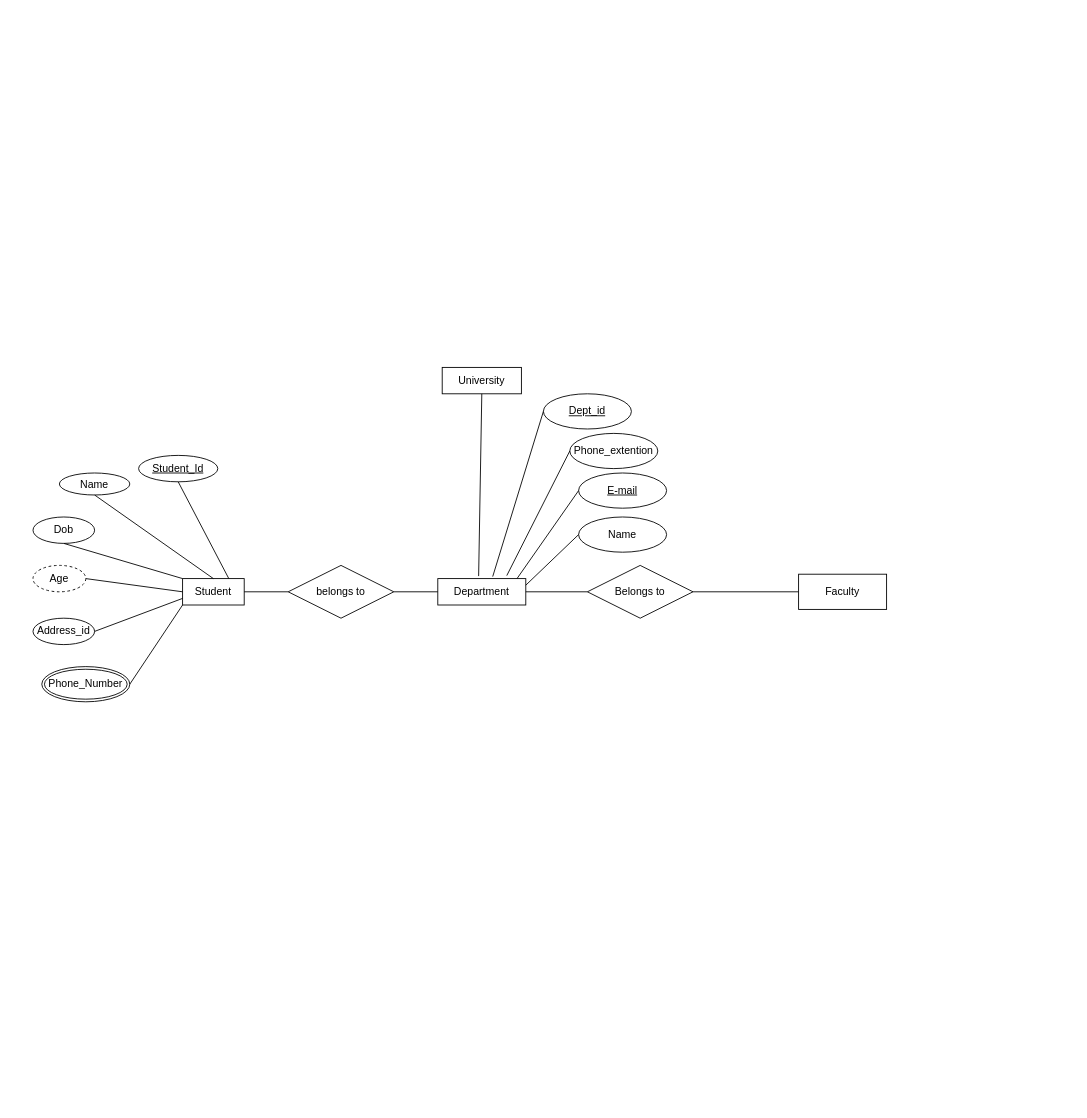
ckarandev010/DBMS-ERS keeps this draw.io diagram as Untitled Diagram.drawio. Above is the earlier version. Source tidied: cells renumbered, new cells numbered last; positions are measured from the earlier drawing's top-left corner, leaving out a move shared by most shapes. Both pictures are drawn from the tidied source at 88%, with x=0, y=0 at pixel (33, 367).
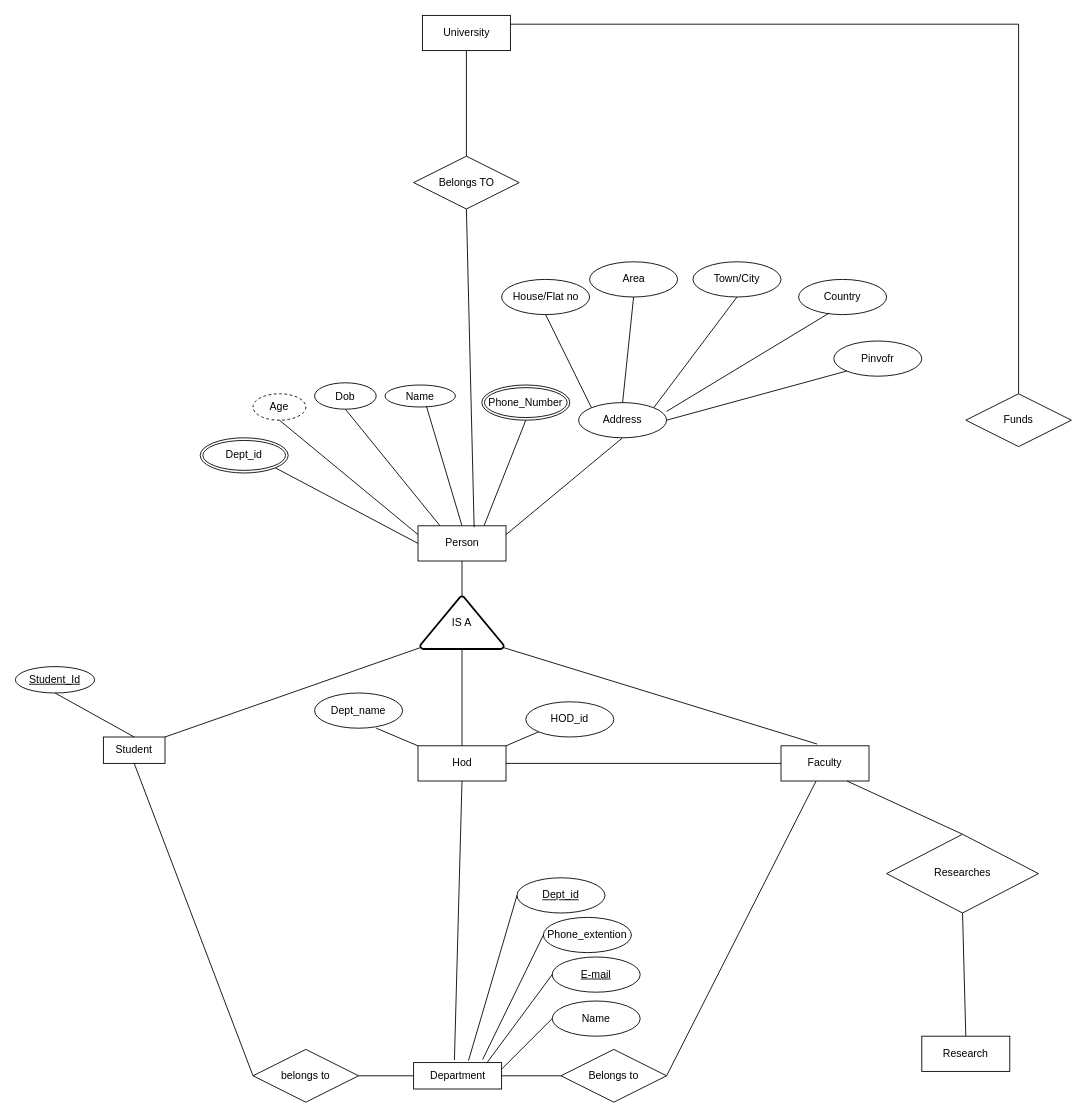
After the change.

What changed in the source:
```diff
@@
-    <mxCell id="2" value="University" style="whiteSpace=wrap;html=1;align=center;" parent="1" vertex="1">
-      <mxGeometry x="465" width="90" height="30" as="geometry" />
-    </mxCell>
     <mxCell id="3" value="Department" style="whiteSpace=wrap;html=1;align=center;" parent="1" vertex="1">
-      <mxGeometry x="460" y="240" width="100" height="30" as="geometry" />
+      <mxGeometry x="432.5" y="790" width="100" height="30" as="geometry" />
     </mxCell>
-    <mxCell id="4" style="endArrow=none;html=1;rounded=0;exitX=0.5;exitY=1;exitDx=0;exitDy=0;entryX=0.464;entryY=-0.095;entryDx=0;entryDy=0;entryPerimeter=0;" parent="1" edge="1" source="2" target="3">
+    <mxCell id="4" style="endArrow=none;html=1;rounded=0;exitX=0.5;exitY=1;exitDx=0;exitDy=0;entryX=0.464;entryY=-0.095;entryDx=0;entryDy=0;entryPerimeter=0;" parent="1" edge="1" source="34" target="3">
       <mxGeometry relative="1" as="geometry" />
     </mxCell>
     <mxCell id="5" value="Phone_extention" style="ellipse;whiteSpace=wrap;html=1;align=center;" parent="1" vertex="1">
-      <mxGeometry x="610" y="75" width="100" height="40" as="geometry" />
+      <mxGeometry x="580" y="625" width="100" height="40" as="geometry" />
     </mxCell>
     <mxCell id="6" value="E-mail" style="ellipse;whiteSpace=wrap;html=1;align=center;fontStyle=4;" parent="1" vertex="1">
-      <mxGeometry x="620" y="120" width="100" height="40" as="geometry" />
+      <mxGeometry x="590" y="670" width="100" height="40" as="geometry" />
     </mxCell>
     <mxCell id="7" value="Dept_id" style="ellipse;whiteSpace=wrap;html=1;align=center;fontStyle=4;" parent="1" vertex="1">
-      <mxGeometry x="580" y="30" width="100" height="40" as="geometry" />
+      <mxGeometry x="550" y="580" width="100" height="40" as="geometry" />
     </mxCell>
     <mxCell id="8" value="Name" style="ellipse;whiteSpace=wrap;html=1;align=center;" parent="1" vertex="1">
-      <mxGeometry x="620" y="170" width="100" height="40" as="geometry" />
+      <mxGeometry x="590" y="720" width="100" height="40" as="geometry" />
     </mxCell>
@@
-    <mxCell id="11" style="endArrow=none;html=1;rounded=0;exitX=0;exitY=0.5;exitDx=0;exitDy=0;" parent="1" edge="1" source="6">
-      <mxGeometry relative="1" as="geometry">
-        <mxPoint x="550" y="240" as="targetPoint" />
-      </mxGeometry>
+    <mxCell id="11" style="endArrow=none;html=1;rounded=0;exitX=0;exitY=0.5;exitDx=0;exitDy=0;entryX=0.835;entryY=0;entryDx=0;entryDy=0;entryPerimeter=0;" parent="1" edge="1" source="6" target="3">
+      <mxGeometry relative="1" as="geometry" />
     </mxCell>
@@
     <mxCell id="13" value="Student" style="whiteSpace=wrap;html=1;align=center;" parent="1" vertex="1">
-      <mxGeometry x="170" y="240" width="70" height="30" as="geometry" />
+      <mxGeometry x="80" y="420" width="70" height="30" as="geometry" />
     </mxCell>
-    <mxCell id="14" style="endArrow=none;html=1;rounded=0;exitX=1;exitY=0.5;exitDx=0;exitDy=0;" parent="1" edge="1" source="13" target="29">
+    <mxCell id="14" style="endArrow=none;html=1;rounded=0;exitX=0.5;exitY=1;exitDx=0;exitDy=0;entryX=0;entryY=0.5;entryDx=0;entryDy=0;" parent="1" edge="1" source="13" target="29">
       <mxGeometry relative="1" as="geometry" />
     </mxCell>
@@
     <mxCell id="16" value="Faculty" style="whiteSpace=wrap;html=1;align=center;" parent="1" vertex="1">
-      <mxGeometry x="870" y="235" width="100" height="40" as="geometry" />
+      <mxGeometry x="850" y="430" width="100" height="40" as="geometry" />
     </mxCell>
     <mxCell id="17" value="Student_Id" style="ellipse;whiteSpace=wrap;html=1;align=center;fontStyle=4;" parent="1" vertex="1">
-      <mxGeometry x="120" y="100" width="90" height="30" as="geometry" />
+      <mxGeometry x="-20" y="340" width="90" height="30" as="geometry" />
     </mxCell>
-    <mxCell id="18" style="endArrow=none;html=1;rounded=0;exitX=0.5;exitY=1;exitDx=0;exitDy=0;entryX=0.75;entryY=0;entryDx=0;entryDy=0;" parent="1" edge="1" source="17" target="13">
+    <mxCell id="18" style="endArrow=none;html=1;rounded=0;exitX=0.5;exitY=1;exitDx=0;exitDy=0;entryX=0.5;entryY=0;entryDx=0;entryDy=0;" parent="1" edge="1" source="17" target="13">
       <mxGeometry relative="1" as="geometry" />
     </mxCell>
-    <mxCell id="19" value="Name" style="ellipse;whiteSpace=wrap;html=1;align=center;" parent="1" vertex="1">
-      <mxGeometry x="30" y="120" width="80" height="25" as="geometry" />
-    </mxCell>
-    <mxCell id="20" style="endArrow=none;html=1;rounded=0;exitX=0.5;exitY=1;exitDx=0;exitDy=0;entryX=0.5;entryY=0;entryDx=0;entryDy=0;" parent="1" edge="1" source="19" target="13">
-      <mxGeometry relative="1" as="geometry" />
-    </mxCell>
     <mxCell id="21" value="Dob" style="ellipse;whiteSpace=wrap;html=1;align=center;" parent="1" vertex="1">
-      <mxGeometry y="170" width="70" height="30" as="geometry" />
+      <mxGeometry x="320" y="17.5" width="70" height="30" as="geometry" />
     </mxCell>
-    <mxCell id="22" style="endArrow=none;html=1;rounded=0;exitX=0.5;exitY=1;exitDx=0;exitDy=0;entryX=0;entryY=0;entryDx=0;entryDy=0;" parent="1" edge="1" source="21" target="13">
-      <mxGeometry relative="1" as="geometry" />
-    </mxCell>
     <mxCell id="23" value="Age" style="ellipse;whiteSpace=wrap;html=1;align=center;dashed=1;" parent="1" vertex="1">
-      <mxGeometry y="225" width="60" height="30" as="geometry" />
+      <mxGeometry x="250" y="30" width="60" height="30" as="geometry" />
     </mxCell>
-    <mxCell id="24" style="endArrow=none;html=1;rounded=0;exitX=1;exitY=0.5;exitDx=0;exitDy=0;entryX=0;entryY=0.5;entryDx=0;entryDy=0;" parent="1" edge="1" source="23" target="13">
-      <mxGeometry relative="1" as="geometry" />
-    </mxCell>
-    <mxCell id="25" value="Address_id" style="ellipse;whiteSpace=wrap;html=1;align=center;" parent="1" vertex="1">
-      <mxGeometry y="285" width="70" height="30" as="geometry" />
-    </mxCell>
-    <mxCell id="26" style="endArrow=none;html=1;rounded=0;exitX=1;exitY=0.5;exitDx=0;exitDy=0;entryX=0;entryY=0.75;entryDx=0;entryDy=0;" parent="1" edge="1" source="25" target="13">
-      <mxGeometry relative="1" as="geometry" />
-    </mxCell>
     <mxCell id="27" value="Phone_Number" style="ellipse;shape=doubleEllipse;margin=3;whiteSpace=wrap;html=1;align=center;" parent="1" vertex="1">
-      <mxGeometry x="10" y="340" width="100" height="40" as="geometry" />
+      <mxGeometry x="510" y="20" width="100" height="40" as="geometry" />
     </mxCell>
-    <mxCell id="28" style="endArrow=none;html=1;rounded=0;exitX=1;exitY=0.5;exitDx=0;exitDy=0;entryX=0;entryY=1;entryDx=0;entryDy=0;" parent="1" edge="1" source="27" target="13">
+    <mxCell id="28" style="endArrow=none;html=1;rounded=0;exitX=0.5;exitY=1;exitDx=0;exitDy=0;entryX=0.75;entryY=0;entryDx=0;entryDy=0;" parent="1" edge="1" source="27" target="43">
       <mxGeometry relative="1" as="geometry" />
     </mxCell>
     <mxCell id="29" value="belongs to" style="shape=rhombus;perimeter=rhombusPerimeter;whiteSpace=wrap;html=1;align=center;" parent="1" vertex="1">
-      <mxGeometry x="290" y="225" width="120" height="60" as="geometry" />
+      <mxGeometry x="250" y="775" width="120" height="60" as="geometry" />
     </mxCell>
@@
     <mxCell id="31" value="Belongs to" style="shape=rhombus;perimeter=rhombusPerimeter;whiteSpace=wrap;html=1;align=center;" parent="1" vertex="1">
-      <mxGeometry x="630" y="225" width="120" height="60" as="geometry" />
+      <mxGeometry x="600" y="775" width="120" height="60" as="geometry" />
     </mxCell>
@@
+    <mxCell id="33" value="IS A" style="strokeWidth=2;html=1;shape=mxgraph.flowchart.extract_or_measurement;whiteSpace=wrap;" parent="1" vertex="1">
+      <mxGeometry x="440" y="260" width="95" height="60" as="geometry" />
+    </mxCell>
+    <mxCell id="34" value="Hod" style="whiteSpace=wrap;html=1;align=center;" parent="1" vertex="1">
+      <mxGeometry x="437.5" y="430" width="100" height="40" as="geometry" />
+    </mxCell>
+    <mxCell id="35" style="endArrow=none;html=1;rounded=0;exitX=0;exitY=0.5;exitDx=0;exitDy=0;entryX=1;entryY=0.5;entryDx=0;entryDy=0;" parent="1" edge="1" source="16" target="34">
+      <mxGeometry relative="1" as="geometry" />
+    </mxCell>
+    <mxCell id="36" style="endArrow=none;html=1;rounded=0;exitX=1;exitY=0;exitDx=0;exitDy=0;entryX=0.01;entryY=0.97;entryDx=0;entryDy=0;entryPerimeter=0;" parent="1" edge="1" source="13" target="33">
+      <mxGeometry relative="1" as="geometry" />
+    </mxCell>
+    <mxCell id="37" style="endArrow=none;html=1;rounded=0;entryX=0.41;entryY=-0.05;entryDx=0;entryDy=0;entryPerimeter=0;exitX=0.99;exitY=0.97;exitDx=0;exitDy=0;exitPerimeter=0;" parent="1" edge="1" source="33" target="16">
+      <mxGeometry relative="1" as="geometry" />
+    </mxCell>
+    <mxCell id="19" value="Name" style="ellipse;whiteSpace=wrap;html=1;align=center;" parent="1" vertex="1">
+      <mxGeometry x="400" y="20" width="80" height="25" as="geometry" />
+    </mxCell>
+    <mxCell id="38" style="endArrow=none;html=1;rounded=0;exitX=0.588;exitY=0.96;exitDx=0;exitDy=0;exitPerimeter=0;entryX=0.5;entryY=0;entryDx=0;entryDy=0;" parent="1" edge="1" source="19" target="43">
+      <mxGeometry relative="1" as="geometry" />
+    </mxCell>
+    <mxCell id="39" style="endArrow=none;html=1;rounded=0;exitX=0.5;exitY=1;exitDx=0;exitDy=0;entryX=0.25;entryY=0;entryDx=0;entryDy=0;" parent="1" edge="1" source="21" target="43">
+      <mxGeometry relative="1" as="geometry" />
+    </mxCell>
+    <mxCell id="40" style="endArrow=none;html=1;rounded=0;exitX=0.5;exitY=1;exitDx=0;exitDy=0;entryX=0;entryY=0.25;entryDx=0;entryDy=0;" parent="1" edge="1" source="23" target="43">
+      <mxGeometry relative="1" as="geometry" />
+    </mxCell>
+    <mxCell id="41" value="Address" style="ellipse;whiteSpace=wrap;html=1;align=center;" parent="1" vertex="1">
+      <mxGeometry x="620" y="40" width="100" height="40" as="geometry" />
+    </mxCell>
+    <mxCell id="42" style="endArrow=none;html=1;rounded=0;entryX=0.5;entryY=1;entryDx=0;entryDy=0;exitX=1;exitY=0.25;exitDx=0;exitDy=0;" parent="1" edge="1" source="43" target="41">
+      <mxGeometry relative="1" as="geometry" />
+    </mxCell>
+    <mxCell id="43" value="Person" style="whiteSpace=wrap;html=1;align=center;" parent="1" vertex="1">
+      <mxGeometry x="437.5" y="180" width="100" height="40" as="geometry" />
+    </mxCell>
+    <mxCell id="44" style="endArrow=none;html=1;rounded=0;entryX=0.5;entryY=0;entryDx=0;entryDy=0;entryPerimeter=0;" parent="1" edge="1" source="43" target="33">
+      <mxGeometry relative="1" as="geometry" />
+    </mxCell>
+    <mxCell id="45" value="House/Flat no" style="ellipse;whiteSpace=wrap;html=1;align=center;" parent="1" vertex="1">
+      <mxGeometry x="532.5" y="-100" width="100" height="40" as="geometry" />
+    </mxCell>
+    <mxCell id="46" value="Area" style="ellipse;whiteSpace=wrap;html=1;align=center;" parent="1" vertex="1">
+      <mxGeometry x="632.5" y="-120" width="100" height="40" as="geometry" />
+    </mxCell>
+    <mxCell id="47" value="Town/City" style="ellipse;whiteSpace=wrap;html=1;align=center;" parent="1" vertex="1">
+      <mxGeometry x="750" y="-120" width="100" height="40" as="geometry" />
+    </mxCell>
+    <mxCell id="48" value="Country" style="ellipse;whiteSpace=wrap;html=1;align=center;" parent="1" vertex="1">
+      <mxGeometry x="870" y="-100" width="100" height="40" as="geometry" />
+    </mxCell>
+    <mxCell id="49" style="endArrow=none;html=1;rounded=0;entryX=0;entryY=0;entryDx=0;entryDy=0;exitX=0.5;exitY=1;exitDx=0;exitDy=0;" parent="1" edge="1" source="45" target="41">
+      <mxGeometry relative="1" as="geometry" />
+    </mxCell>
+    <mxCell id="50" style="endArrow=none;html=1;rounded=0;exitX=0.5;exitY=1;exitDx=0;exitDy=0;entryX=0.5;entryY=0;entryDx=0;entryDy=0;" parent="1" edge="1" source="46" target="41">
+      <mxGeometry relative="1" as="geometry" />
+    </mxCell>
+    <mxCell id="51" style="endArrow=none;html=1;rounded=0;exitX=0.5;exitY=1;exitDx=0;exitDy=0;entryX=1;entryY=0;entryDx=0;entryDy=0;" parent="1" edge="1" source="47" target="41">
+      <mxGeometry relative="1" as="geometry" />
+    </mxCell>
+    <mxCell id="52" style="endArrow=none;html=1;rounded=0;entryX=0.347;entryY=0.958;entryDx=0;entryDy=0;entryPerimeter=0;exitX=1;exitY=0.25;exitDx=0;exitDy=0;exitPerimeter=0;" parent="1" edge="1" source="41" target="48">
+      <mxGeometry relative="1" as="geometry" />
+    </mxCell>
+    <mxCell id="53" value="Pinvofr" style="ellipse;whiteSpace=wrap;html=1;align=center;" parent="1" vertex="1">
+      <mxGeometry x="910" y="-30" width="100" height="40" as="geometry" />
+    </mxCell>
+    <mxCell id="54" style="endArrow=none;html=1;rounded=0;entryX=0;entryY=1;entryDx=0;entryDy=0;exitX=1;exitY=0.5;exitDx=0;exitDy=0;" parent="1" edge="1" source="41" target="53">
+      <mxGeometry relative="1" as="geometry" />
+    </mxCell>
+    <mxCell id="55" style="endArrow=none;html=1;rounded=0;exitX=1;exitY=1;exitDx=0;exitDy=0;entryX=0;entryY=0.5;entryDx=0;entryDy=0;" parent="1" edge="1" source="59" target="43">
+      <mxGeometry relative="1" as="geometry" />
+    </mxCell>
+    <mxCell id="56" value="HOD_id" style="ellipse;whiteSpace=wrap;html=1;align=center;" parent="1" vertex="1">
+      <mxGeometry x="560" y="380" width="100" height="40" as="geometry" />
+    </mxCell>
+    <mxCell id="57" style="endArrow=none;html=1;rounded=0;exitX=1;exitY=0;exitDx=0;exitDy=0;entryX=0;entryY=1;entryDx=0;entryDy=0;" parent="1" edge="1" source="34" target="56">
+      <mxGeometry relative="1" as="geometry" />
+    </mxCell>
+    <mxCell id="58" style="endArrow=none;html=1;rounded=0;exitX=0.5;exitY=1;exitDx=0;exitDy=0;exitPerimeter=0;entryX=0.5;entryY=0;entryDx=0;entryDy=0;" parent="1" edge="1" source="33" target="34">
+      <mxGeometry relative="1" as="geometry" />
+    </mxCell>
+    <mxCell id="59" value="Dept_id" style="ellipse;shape=doubleEllipse;margin=3;whiteSpace=wrap;html=1;align=center;" parent="1" vertex="1">
+      <mxGeometry x="190" y="80" width="100" height="40" as="geometry" />
+    </mxCell>
+    <mxCell id="60" value="Dept_name" style="ellipse;whiteSpace=wrap;html=1;align=center;" parent="1" vertex="1">
+      <mxGeometry x="320" y="370" width="100" height="40" as="geometry" />
+    </mxCell>
+    <mxCell id="61" style="endArrow=none;html=1;rounded=0;entryX=0;entryY=0;entryDx=0;entryDy=0;" parent="1" edge="1" target="34">
+      <mxGeometry relative="1" as="geometry">
+        <mxPoint x="390" y="410" as="sourcePoint" />
+      </mxGeometry>
+    </mxCell>
+    <mxCell id="62" style="endArrow=none;html=1;rounded=0;exitX=0.75;exitY=1;exitDx=0;exitDy=0;entryX=0.5;entryY=0;entryDx=0;entryDy=0;" parent="1" edge="1" source="16" target="63">
+      <mxGeometry relative="1" as="geometry" />
+    </mxCell>
+    <mxCell id="63" value="Researches" style="shape=rhombus;perimeter=rhombusPerimeter;whiteSpace=wrap;html=1;align=center;rotation=0;" parent="1" vertex="1">
+      <mxGeometry x="970" y="530.5" width="172.6" height="89.5" as="geometry" />
+    </mxCell>
+    <mxCell id="64" style="endArrow=none;html=1;rounded=0;exitX=0.5;exitY=1;exitDx=0;exitDy=0;entryX=0.5;entryY=0;entryDx=0;entryDy=0;" parent="1" edge="1" source="2" target="65">
+      <mxGeometry relative="1" as="geometry" />
+    </mxCell>
+    <mxCell id="2" value="University" style="whiteSpace=wrap;html=1;align=center;" parent="1" vertex="1">
+      <mxGeometry x="442.5" y="-400" width="100" height="40" as="geometry" />
+    </mxCell>
+    <mxCell id="65" value="Belongs TO" style="shape=rhombus;perimeter=rhombusPerimeter;whiteSpace=wrap;html=1;align=center;" parent="1" vertex="1">
+      <mxGeometry x="432.5" y="-240" width="120" height="60" as="geometry" />
+    </mxCell>
+    <mxCell id="66" style="endArrow=none;html=1;rounded=0;entryX=0.5;entryY=1;entryDx=0;entryDy=0;exitX=0.638;exitY=0.042;exitDx=0;exitDy=0;exitPerimeter=0;" parent="1" edge="1" source="43" target="65">
+      <mxGeometry relative="1" as="geometry" />
+    </mxCell>
+    <mxCell id="67" style="endArrow=none;html=1;rounded=0;entryX=0.5;entryY=1;entryDx=0;entryDy=0;exitX=0.5;exitY=0;exitDx=0;exitDy=0;" parent="1" edge="1" source="68" target="63">
+      <mxGeometry relative="1" as="geometry" />
+    </mxCell>
+    <mxCell id="68" value="Research" style="whiteSpace=wrap;html=1;align=center;" parent="1" vertex="1">
+      <mxGeometry x="1010" y="760" width="100" height="40" as="geometry" />
+    </mxCell>
+    <mxCell id="69" style="endArrow=none;html=1;rounded=0;exitX=1;exitY=0.25;exitDx=0;exitDy=0;" parent="1" edge="1" source="2">
+      <mxGeometry relative="1" as="geometry">
+        <mxPoint x="1120" y="-390" as="targetPoint" />
+      </mxGeometry>
+    </mxCell>
+    <mxCell id="70" style="endArrow=none;html=1;rounded=0;entryX=0.5;entryY=0;entryDx=0;entryDy=0;" parent="1" edge="1" target="71">
+      <mxGeometry relative="1" as="geometry">
+        <mxPoint x="1120" y="-390" as="sourcePoint" />
+      </mxGeometry>
+    </mxCell>
+    <mxCell id="71" value="Funds" style="shape=rhombus;perimeter=rhombusPerimeter;whiteSpace=wrap;html=1;align=center;" parent="1" vertex="1">
+      <mxGeometry x="1060" y="30" width="120" height="60" as="geometry" />
+    </mxCell>
```
